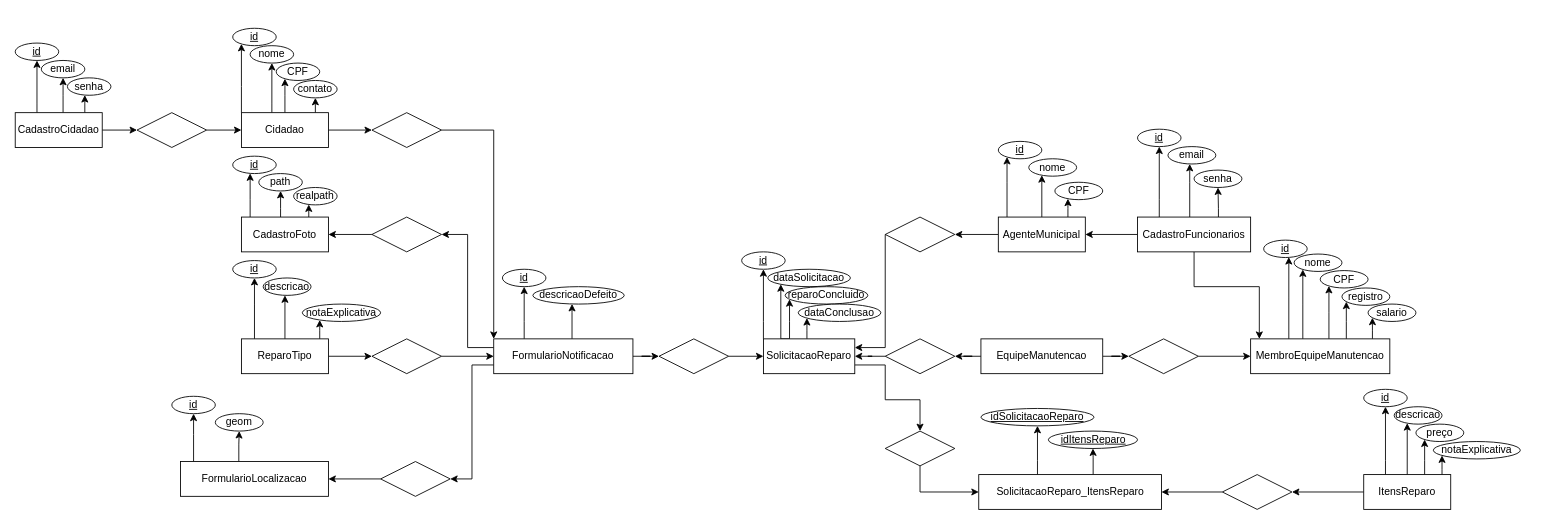
The draw.io diagram diagramas/modelo_conceitual.drawio in PuraFome/AEP-Segundo-Semestre-2022, before the edit. Source tidied: cells renumbered, new cells numbered last; positions are measured from the earlier drawing's top-left corner, leaving out a move shared by most shapes. Both pictures are drawn from the tidied source at 87%, with x=0, y=0 at pixel (15, 28).
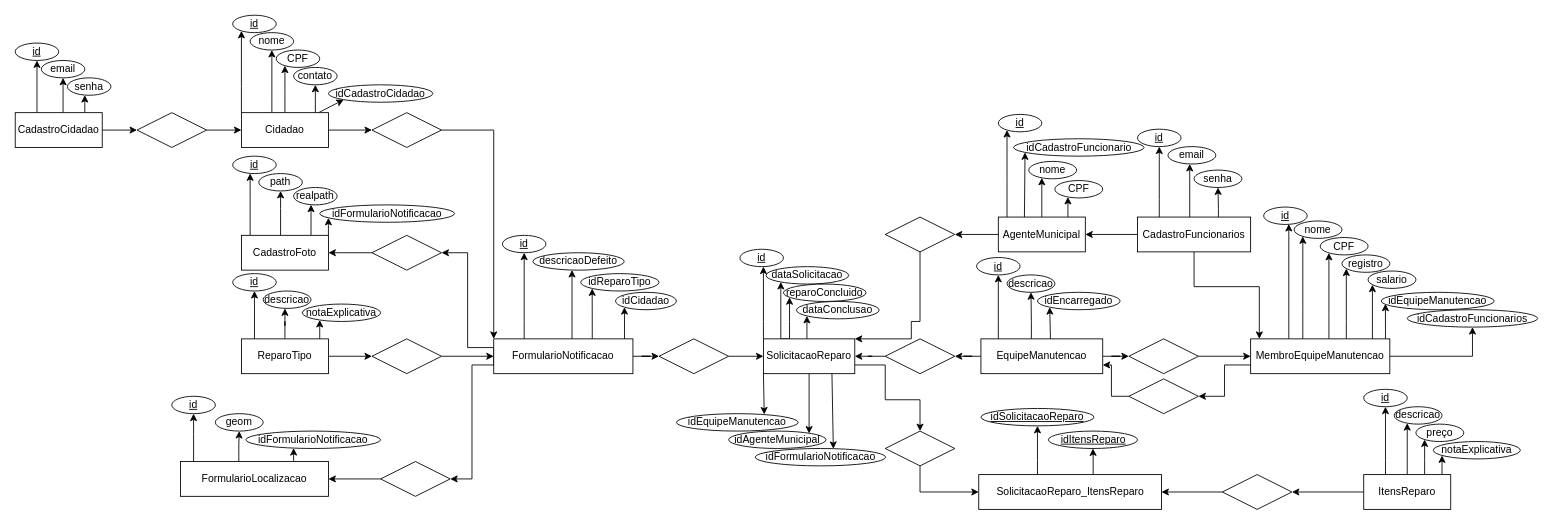
After the change.

Unchanged cells that the change refers to:
```xml
<mxCell id="7" value="FormularioNotificacao" style="whiteSpace=wrap;html=1;align=center;" parent="1" vertex="1">
  <mxGeometry x="550" y="357" width="160" height="40" as="geometry" />
</mxCell>
<mxCell id="10" value="FormularioLocalizacao" style="whiteSpace=wrap;html=1;align=center;" parent="1" vertex="1">
  <mxGeometry x="190" y="498" width="170" height="40" as="geometry" />
</mxCell>
<mxCell id="25" value="SolicitacaoReparo" style="whiteSpace=wrap;html=1;align=center;" parent="1" vertex="1">
  <mxGeometry x="860" y="357" width="105" height="40" as="geometry" />
</mxCell>
<mxCell id="29" value="EquipeManutencao" style="whiteSpace=wrap;html=1;align=center;" parent="1" vertex="1">
  <mxGeometry x="1110" y="357" width="140" height="40" as="geometry" />
</mxCell>
<mxCell id="35" value="MembroEquipeManutencao" style="whiteSpace=wrap;html=1;align=center;" parent="1" vertex="1">
  <mxGeometry x="1420" y="357" width="160" height="40" as="geometry" />
</mxCell>
<mxCell id="65" value="Cidadao" style="whiteSpace=wrap;html=1;align=center;" parent="1" vertex="1">
  <mxGeometry x="260" y="97" width="100" height="40" as="geometry" />
</mxCell>
<mxCell id="72" value="AgenteMunicipal" style="whiteSpace=wrap;html=1;align=center;" parent="1" vertex="1">
  <mxGeometry x="1130" y="217" width="100" height="40" as="geometry" />
</mxCell>
<mxCell id="74" style="shape=rhombus;perimeter=rhombusPerimeter;whiteSpace=wrap;html=1;align=center;" parent="1" vertex="1">
  <mxGeometry x="1000" y="217" width="80" height="40" as="geometry" />
</mxCell>
```

What changed in the source:
```diff
@@
-    <mxCell id="3" style="edgeStyle=orthogonalEdgeStyle;rounded=0;jettySize=auto;html=1;entryX=1;entryY=0.5;entryDx=0;entryDy=0;" parent="1" edge="1" source="7" target="46">
+    <mxCell id="3" style="edgeStyle=orthogonalEdgeStyle;rounded=0;jettySize=auto;html=1;entryX=1;entryY=0.5;entryDx=0;entryDy=0;" parent="1" edge="1" target="46">
       <mxGeometry relative="1" as="geometry">
+        <mxPoint x="550" y="388" as="sourcePoint" />
         <Array as="points">
+          <mxPoint x="550" y="367" />
           <mxPoint x="520" y="367" />
-          <mxPoint x="520" y="237" />
+          <mxPoint x="520" y="258" />
         </Array>
       </mxGeometry>
     </mxCell>
@@
+    <mxCell id="126" style="edgeStyle=none;rounded=0;jettySize=auto;html=1;exitX=0.708;exitY=0;exitDx=0;exitDy=0;exitPerimeter=0;entryX=0;entryY=1;entryDx=0;entryDy=0;" parent="1" edge="1" source="7" target="146">
+      <mxGeometry relative="1" as="geometry" />
+    </mxCell>
+    <mxCell id="127" style="edgeStyle=none;rounded=0;jettySize=auto;html=1;exitX=0.94;exitY=0.017;exitDx=0;exitDy=0;exitPerimeter=0;entryX=0;entryY=1;entryDx=0;entryDy=0;" parent="1" edge="1" source="7" target="147">
+      <mxGeometry relative="1" as="geometry" />
+    </mxCell>
@@
+    <mxCell id="128" style="edgeStyle=orthogonalEdgeStyle;rounded=0;jettySize=auto;html=1;" parent="1" edge="1" source="10" target="143">
+      <mxGeometry relative="1" as="geometry">
+        <Array as="points">
+          <mxPoint x="320" y="497" />
+          <mxPoint x="320" y="497" />
+        </Array>
+      </mxGeometry>
+    </mxCell>
@@
+    <mxCell id="129" style="edgeStyle=orthogonalEdgeStyle;rounded=0;jettySize=auto;html=1;" parent="1" edge="1" source="19" target="144">
+      <mxGeometry relative="1" as="geometry">
+        <Array as="points">
+          <mxPoint x="360" y="227" />
+          <mxPoint x="360" y="227" />
+        </Array>
+      </mxGeometry>
+    </mxCell>
     <mxCell id="19" value="CadastroFoto" style="whiteSpace=wrap;html=1;align=center;" parent="1" vertex="1">
-      <mxGeometry x="260" y="217" width="100" height="40" as="geometry" />
+      <mxGeometry x="260" y="238" width="100" height="40" as="geometry" />
     </mxCell>
@@
+    <mxCell id="130" style="edgeStyle=none;rounded=0;jettySize=auto;html=1;exitX=0;exitY=1;exitDx=0;exitDy=0;entryX=0.721;entryY=0.042;entryDx=0;entryDy=0;entryPerimeter=0;" parent="1" edge="1" source="25" target="149">
+      <mxGeometry relative="1" as="geometry" />
+    </mxCell>
+    <mxCell id="131" style="edgeStyle=none;rounded=0;jettySize=auto;html=1;entryX=0.826;entryY=0.136;entryDx=0;entryDy=0;entryPerimeter=0;" parent="1" edge="1" source="25" target="150">
+      <mxGeometry relative="1" as="geometry" />
+    </mxCell>
+    <mxCell id="132" style="edgeStyle=none;rounded=0;jettySize=auto;html=1;exitX=0.75;exitY=1;exitDx=0;exitDy=0;entryX=0.599;entryY=0.018;entryDx=0;entryDy=0;entryPerimeter=0;" parent="1" edge="1" source="25" target="148">
+      <mxGeometry relative="1" as="geometry" />
+    </mxCell>
@@
+    <mxCell id="133" style="edgeStyle=orthogonalEdgeStyle;rounded=0;jettySize=auto;html=1;" parent="1" edge="1" source="29" target="141">
+      <mxGeometry relative="1" as="geometry">
+        <Array as="points">
+          <mxPoint x="1130" y="337" />
+          <mxPoint x="1130" y="337" />
+        </Array>
+      </mxGeometry>
+    </mxCell>
+    <mxCell id="134" style="edgeStyle=orthogonalEdgeStyle;rounded=0;jettySize=auto;html=1;" parent="1" edge="1" source="29" target="142">
+      <mxGeometry relative="1" as="geometry">
+        <Array as="points">
+          <mxPoint x="1168" y="337" />
+          <mxPoint x="1168" y="337" />
+        </Array>
+      </mxGeometry>
+    </mxCell>
+    <mxCell id="135" style="edgeStyle=none;rounded=0;jettySize=auto;html=1;entryX=0;entryY=1;entryDx=0;entryDy=0;exitX=0.571;exitY=0.025;exitDx=0;exitDy=0;exitPerimeter=0;" parent="1" edge="1" source="29" target="152">
+      <mxGeometry relative="1" as="geometry" />
+    </mxCell>
@@
+    <mxCell id="136" style="edgeStyle=orthogonalEdgeStyle;rounded=0;jettySize=auto;html=1;entryX=1;entryY=0.5;entryDx=0;entryDy=0;" parent="1" edge="1" source="35" target="154">
+      <mxGeometry relative="1" as="geometry">
+        <Array as="points">
+          <mxPoint x="1390" y="387" />
+          <mxPoint x="1390" y="423" />
+        </Array>
+      </mxGeometry>
+    </mxCell>
+    <mxCell id="137" style="edgeStyle=orthogonalEdgeStyle;rounded=0;jettySize=auto;html=1;entryX=0.038;entryY=0.658;entryDx=0;entryDy=0;entryPerimeter=0;" parent="1" edge="1" source="35" target="155">
+      <mxGeometry relative="1" as="geometry">
+        <Array as="points">
+          <mxPoint x="1575" y="347" />
+          <mxPoint x="1575" y="347" />
+        </Array>
+      </mxGeometry>
+    </mxCell>
+    <mxCell id="138" style="edgeStyle=orthogonalEdgeStyle;rounded=0;jettySize=auto;html=1;" parent="1" edge="1" source="35" target="156">
+      <mxGeometry relative="1" as="geometry" />
+    </mxCell>
@@
     <mxCell id="46" style="shape=rhombus;perimeter=rhombusPerimeter;whiteSpace=wrap;html=1;align=center;" parent="1" vertex="1">
-      <mxGeometry x="410" y="217" width="80" height="40" as="geometry" />
+      <mxGeometry x="410" y="238" width="80" height="40" as="geometry" />
     </mxCell>
@@
+    <mxCell id="139" style="edgeStyle=none;rounded=0;jettySize=auto;html=1;entryX=0;entryY=1;entryDx=0;entryDy=0;" parent="1" edge="1" source="65" target="145">
+      <mxGeometry relative="1" as="geometry" />
+    </mxCell>
@@
+    <mxCell id="140" style="edgeStyle=none;rounded=0;jettySize=auto;html=1;exitX=0.3;exitY=0;exitDx=0;exitDy=0;exitPerimeter=0;entryX=0.088;entryY=0.783;entryDx=0;entryDy=0;entryPerimeter=0;" parent="1" edge="1" source="72" target="151">
+      <mxGeometry relative="1" as="geometry" />
+    </mxCell>
@@
     <mxCell id="73" style="edgeStyle=orthogonalEdgeStyle;rounded=0;jettySize=auto;html=1;exitX=0;exitY=0.5;exitDx=0;exitDy=0;" parent="1" edge="1" source="74" target="25">
       <mxGeometry relative="1" as="geometry">
         <Array as="points">
-          <mxPoint x="1000" y="367" />
+          <mxPoint x="1040" y="237" />
+          <mxPoint x="1040" y="337" />
+          <mxPoint x="1030" y="337" />
+          <mxPoint x="1030" y="357" />
         </Array>
       </mxGeometry>
     </mxCell>
@@
     <mxCell id="85" value="id" style="ellipse;whiteSpace=wrap;html=1;align=center;fontStyle=4;" parent="1" vertex="1">
-      <mxGeometry x="250" width="50" height="20" as="geometry" />
+      <mxGeometry x="250" y="-15" width="50" height="20" as="geometry" />
     </mxCell>
     <mxCell id="86" value="nome" style="ellipse;whiteSpace=wrap;html=1;align=center;" parent="1" vertex="1">
-      <mxGeometry x="270" y="20" width="50" height="20" as="geometry" />
+      <mxGeometry x="270" y="5" width="50" height="20" as="geometry" />
     </mxCell>
     <mxCell id="87" value="CPF" style="ellipse;whiteSpace=wrap;html=1;align=center;" parent="1" vertex="1">
-      <mxGeometry x="300" y="40" width="50" height="20" as="geometry" />
+      <mxGeometry x="300" y="25" width="50" height="20" as="geometry" />
     </mxCell>
     <mxCell id="88" value="contato" style="ellipse;whiteSpace=wrap;html=1;align=center;" parent="1" vertex="1">
-      <mxGeometry x="320" y="60" width="50" height="20" as="geometry" />
+      <mxGeometry x="320" y="45" width="50" height="20" as="geometry" />
     </mxCell>
@@
     <mxCell id="92" value="id" style="ellipse;whiteSpace=wrap;html=1;align=center;fontStyle=4;" parent="1" vertex="1">
-      <mxGeometry x="250" y="267" width="50" height="20" as="geometry" />
+      <mxGeometry x="250" y="282" width="50" height="20" as="geometry" />
     </mxCell>
     <mxCell id="93" value="descricao" style="ellipse;whiteSpace=wrap;html=1;align=center;" parent="1" vertex="1">
-      <mxGeometry x="285" y="287" width="55" height="20" as="geometry" />
+      <mxGeometry x="285" y="302" width="55" height="20" as="geometry" />
     </mxCell>
@@
     <mxCell id="97" value="id" style="ellipse;whiteSpace=wrap;html=1;align=center;fontStyle=4;" parent="1" vertex="1">
-      <mxGeometry x="560" y="277" width="50" height="20" as="geometry" />
+      <mxGeometry x="560" y="238" width="50" height="20" as="geometry" />
     </mxCell>
     <mxCell id="98" value="descricaoDefeito" style="ellipse;whiteSpace=wrap;html=1;align=center;" parent="1" vertex="1">
-      <mxGeometry x="595" y="297" width="105" height="20" as="geometry" />
+      <mxGeometry x="595" y="258" width="105" height="20" as="geometry" />
     </mxCell>
     <mxCell id="99" value="id" style="ellipse;whiteSpace=wrap;html=1;align=center;fontStyle=4;" parent="1" vertex="1">
-      <mxGeometry x="835" y="257" width="50" height="20" as="geometry" />
+      <mxGeometry x="833" y="254" width="50" height="20" as="geometry" />
     </mxCell>
     <mxCell id="100" value="dataSolicitacao" style="ellipse;whiteSpace=wrap;html=1;align=center;" parent="1" vertex="1">
-      <mxGeometry x="865" y="277" width="95" height="20" as="geometry" />
+      <mxGeometry x="863" y="274" width="95" height="20" as="geometry" />
     </mxCell>
     <mxCell id="101" value="reparoConcluido" style="ellipse;whiteSpace=wrap;html=1;align=center;" parent="1" vertex="1">
-      <mxGeometry x="885" y="297" width="95" height="20" as="geometry" />
+      <mxGeometry x="883" y="294" width="95" height="20" as="geometry" />
     </mxCell>
     <mxCell id="102" value="dataConclusao" style="ellipse;whiteSpace=wrap;html=1;align=center;" parent="1" vertex="1">
-      <mxGeometry x="900" y="317" width="95" height="20" as="geometry" />
+      <mxGeometry x="898" y="314" width="95" height="20" as="geometry" />
     </mxCell>
@@
     <mxCell id="115" value="id" style="ellipse;whiteSpace=wrap;html=1;align=center;fontStyle=4;" parent="1" vertex="1">
-      <mxGeometry x="1130" y="130" width="50" height="20" as="geometry" />
+      <mxGeometry x="1130" y="99" width="50" height="20" as="geometry" />
     </mxCell>
     <mxCell id="116" value="nome" style="ellipse;whiteSpace=wrap;html=1;align=center;" parent="1" vertex="1">
-      <mxGeometry x="1165" y="150" width="55" height="20" as="geometry" />
+      <mxGeometry x="1165" y="153" width="55" height="20" as="geometry" />
     </mxCell>
     <mxCell id="117" value="CPF" style="ellipse;whiteSpace=wrap;html=1;align=center;" parent="1" vertex="1">
-      <mxGeometry x="1195" y="177" width="55" height="20" as="geometry" />
+      <mxGeometry x="1195" y="175" width="55" height="20" as="geometry" />
     </mxCell>
@@
     <mxCell id="121" value="id" style="ellipse;whiteSpace=wrap;html=1;align=center;fontStyle=4;" parent="1" vertex="1">
-      <mxGeometry x="1435" y="243.5" width="50" height="20" as="geometry" />
+      <mxGeometry x="1435" y="205.5" width="50" height="20" as="geometry" />
     </mxCell>
     <mxCell id="122" value="nome" style="ellipse;whiteSpace=wrap;html=1;align=center;" parent="1" vertex="1">
-      <mxGeometry x="1470" y="259.5" width="55" height="20" as="geometry" />
+      <mxGeometry x="1470" y="221.5" width="55" height="20" as="geometry" />
     </mxCell>
     <mxCell id="123" value="CPF" style="ellipse;whiteSpace=wrap;html=1;align=center;" parent="1" vertex="1">
-      <mxGeometry x="1500" y="278.5" width="55" height="20" as="geometry" />
+      <mxGeometry x="1500" y="240.5" width="55" height="20" as="geometry" />
     </mxCell>
     <mxCell id="124" value="registro" style="ellipse;whiteSpace=wrap;html=1;align=center;" parent="1" vertex="1">
-      <mxGeometry x="1525" y="298.5" width="55" height="20" as="geometry" />
+      <mxGeometry x="1525" y="260.5" width="55" height="20" as="geometry" />
     </mxCell>
     <mxCell id="125" value="salario" style="ellipse;whiteSpace=wrap;html=1;align=center;" parent="1" vertex="1">
-      <mxGeometry x="1555" y="317" width="55" height="20" as="geometry" />
+      <mxGeometry x="1555" y="279" width="55" height="20" as="geometry" />
     </mxCell>
+    <mxCell id="141" value="id" style="ellipse;whiteSpace=wrap;html=1;align=center;fontStyle=4;" parent="1" vertex="1">
+      <mxGeometry x="1105" y="263.5" width="50" height="20" as="geometry" />
+    </mxCell>
+    <mxCell id="142" value="descricao" style="ellipse;whiteSpace=wrap;html=1;align=center;" parent="1" vertex="1">
+      <mxGeometry x="1140" y="283.5" width="55" height="20" as="geometry" />
+    </mxCell>
+    <mxCell id="143" value="&lt;span style=&quot;text-align: left;&quot;&gt;idFormularioNotificacao&lt;br&gt;&lt;/span&gt;" style="ellipse;whiteSpace=wrap;html=1;align=center;" parent="1" vertex="1">
+      <mxGeometry x="265" y="463" width="155" height="20" as="geometry" />
+    </mxCell>
+    <mxCell id="144" value="&lt;span style=&quot;text-align: left;&quot;&gt;idFormularioNotificacao&lt;br&gt;&lt;/span&gt;" style="ellipse;whiteSpace=wrap;html=1;align=center;" parent="1" vertex="1">
+      <mxGeometry x="350" y="203" width="155" height="20" as="geometry" />
+    </mxCell>
+    <mxCell id="145" value="&lt;span style=&quot;text-align: left;&quot;&gt;idCadastroCidadao&lt;/span&gt;&lt;span style=&quot;text-align: left;&quot;&gt;&lt;br&gt;&lt;/span&gt;" style="ellipse;whiteSpace=wrap;html=1;align=center;" parent="1" vertex="1">
+      <mxGeometry x="360" y="65" width="120" height="20" as="geometry" />
+    </mxCell>
+    <mxCell id="146" value="&lt;span style=&quot;text-align: left;&quot;&gt;idReparoTipo&lt;/span&gt;&lt;span style=&quot;text-align: left;&quot;&gt;&lt;br&gt;&lt;/span&gt;" style="ellipse;whiteSpace=wrap;html=1;align=center;" parent="1" vertex="1">
+      <mxGeometry x="650" y="282" width="90" height="20" as="geometry" />
+    </mxCell>
+    <mxCell id="147" value="&lt;span style=&quot;text-align: left;&quot;&gt;idCidadao&lt;/span&gt;&lt;span style=&quot;text-align: left;&quot;&gt;&lt;br&gt;&lt;/span&gt;" style="ellipse;whiteSpace=wrap;html=1;align=center;" parent="1" vertex="1">
+      <mxGeometry x="690" y="303.5" width="70" height="20" as="geometry" />
+    </mxCell>
+    <mxCell id="148" value="&lt;span style=&quot;text-align: left;&quot;&gt;idFormularioNotificacao&lt;/span&gt;&lt;span style=&quot;text-align: left;&quot;&gt;&lt;br&gt;&lt;/span&gt;" style="ellipse;whiteSpace=wrap;html=1;align=center;" parent="1" vertex="1">
+      <mxGeometry x="850.5" y="483" width="150" height="20" as="geometry" />
+    </mxCell>
+    <mxCell id="149" value="&lt;span style=&quot;text-align: left;&quot;&gt;idEquipeManutencao&lt;/span&gt;&lt;span style=&quot;text-align: left;&quot;&gt;&lt;br&gt;&lt;/span&gt;" style="ellipse;whiteSpace=wrap;html=1;align=center;" parent="1" vertex="1">
+      <mxGeometry x="760" y="443" width="140" height="20" as="geometry" />
+    </mxCell>
+    <mxCell id="150" value="&lt;span style=&quot;text-align: left;&quot;&gt;idAgenteMunicipal&lt;/span&gt;&lt;span style=&quot;text-align: left;&quot;&gt;&lt;br&gt;&lt;/span&gt;" style="ellipse;whiteSpace=wrap;html=1;align=center;" parent="1" vertex="1">
+      <mxGeometry x="820" y="463" width="112" height="20" as="geometry" />
+    </mxCell>
+    <mxCell id="151" value="&lt;span style=&quot;text-align: left;&quot;&gt;idCadastroFuncionario&lt;/span&gt;&lt;span style=&quot;text-align: left;&quot;&gt;&lt;br&gt;&lt;/span&gt;" style="ellipse;whiteSpace=wrap;html=1;align=center;" parent="1" vertex="1">
+      <mxGeometry x="1147.5" y="127" width="150" height="20" as="geometry" />
+    </mxCell>
+    <mxCell id="152" value="&lt;span style=&quot;text-align: left;&quot;&gt;idEncarregado&lt;/span&gt;&lt;span style=&quot;text-align: left;&quot;&gt;&lt;br&gt;&lt;/span&gt;" style="ellipse;whiteSpace=wrap;html=1;align=center;" parent="1" vertex="1">
+      <mxGeometry x="1175" y="303.5" width="95" height="20" as="geometry" />
+    </mxCell>
+    <mxCell id="153" style="edgeStyle=orthogonalEdgeStyle;rounded=0;jettySize=auto;html=1;entryX=1;entryY=0.75;entryDx=0;entryDy=0;" parent="1" edge="1" source="154" target="29">
+      <mxGeometry relative="1" as="geometry" />
+    </mxCell>
+    <mxCell id="154" style="shape=rhombus;perimeter=rhombusPerimeter;whiteSpace=wrap;html=1;align=center;" parent="1" vertex="1">
+      <mxGeometry x="1280" y="403" width="80" height="40" as="geometry" />
+    </mxCell>
+    <mxCell id="155" value="&lt;span style=&quot;text-align: left;&quot;&gt;idEquipeManutencao&lt;/span&gt;&lt;span style=&quot;text-align: left;&quot;&gt;&lt;br&gt;&lt;/span&gt;" style="ellipse;whiteSpace=wrap;html=1;align=center;" parent="1" vertex="1">
+      <mxGeometry x="1570" y="303.5" width="130" height="20" as="geometry" />
+    </mxCell>
+    <mxCell id="156" value="&lt;span style=&quot;text-align: left;&quot;&gt;idCadastroFuncionarios&lt;/span&gt;&lt;span style=&quot;text-align: left;&quot;&gt;&lt;br&gt;&lt;/span&gt;" style="ellipse;whiteSpace=wrap;html=1;align=center;" parent="1" vertex="1">
+      <mxGeometry x="1600" y="323.5" width="150" height="20" as="geometry" />
+    </mxCell>
```
